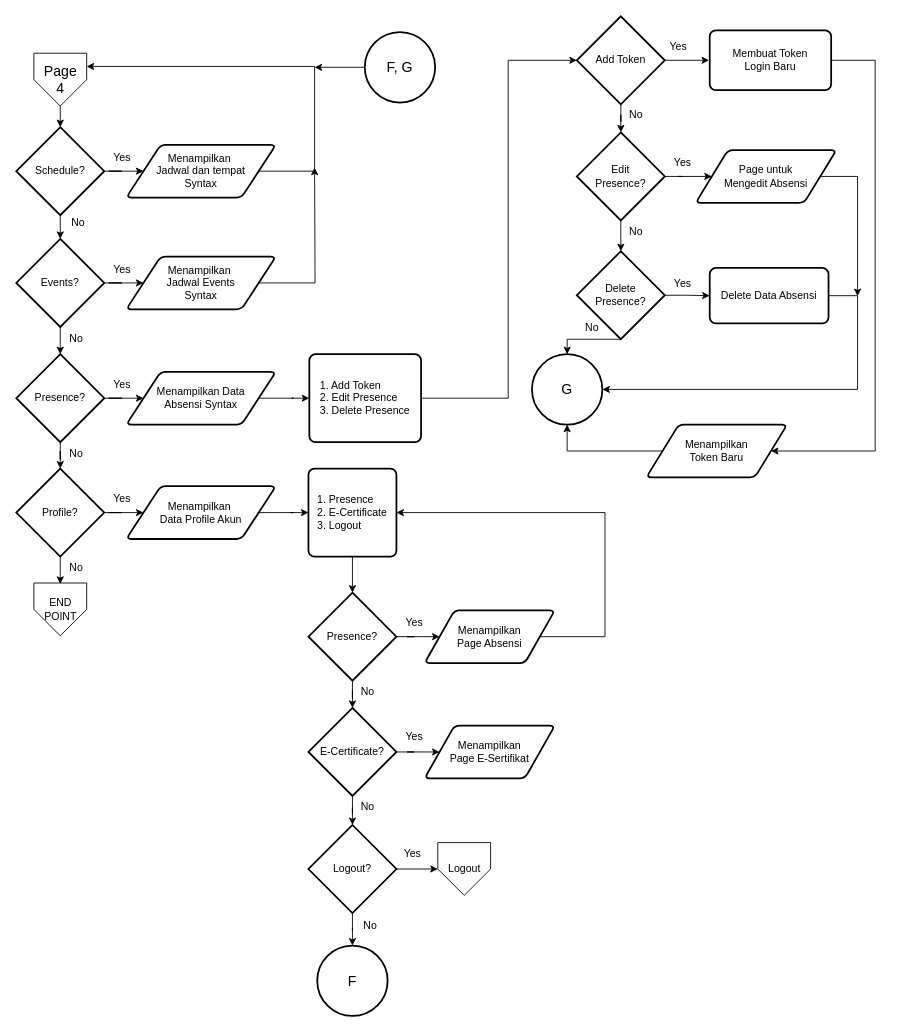
Above: PG4.drawio in dapzz-id/DrawIO (draw.io), before the change. Source tidied: cells renumbered, new cells numbered last; positions are measured from the earlier drawing's top-left corner, leaving out a move shared by most shapes. Both pictures are drawn from the tidied source at 88%, with x=0, y=0 at pixel (16, 16).
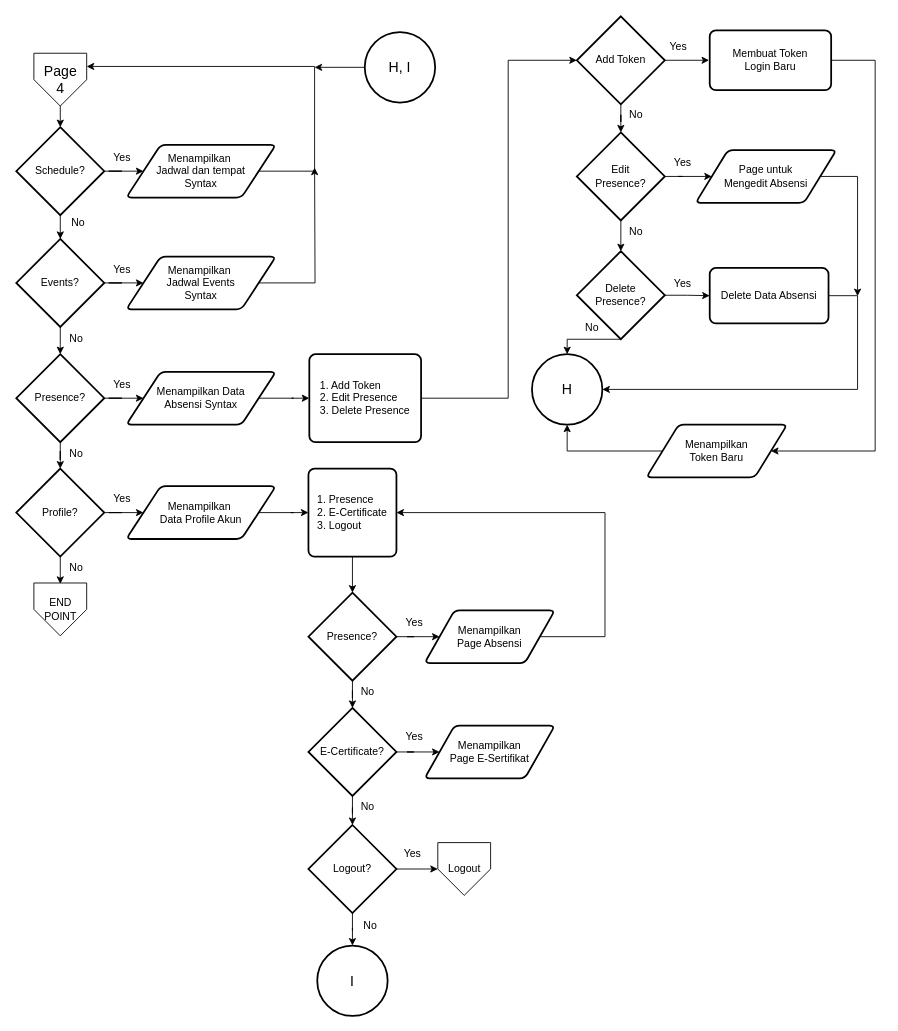
The same page after the edit.

What changed in the source:
```diff
@@
-    <mxCell id="72" value="&lt;font style=&quot;font-size: 16px;&quot;&gt;G&lt;/font&gt;" style="ellipse;whiteSpace=wrap;html=1;rounded=1;arcSize=14;strokeWidth=2;" parent="1" vertex="1">
+    <mxCell id="72" value="&lt;font style=&quot;font-size: 16px;&quot;&gt;H&lt;/font&gt;" style="ellipse;whiteSpace=wrap;html=1;rounded=1;arcSize=14;strokeWidth=2;" parent="1" vertex="1">
       <mxGeometry x="586" y="384" width="80" height="80" as="geometry" />
     </mxCell>
@@
-    <mxCell id="79" value="&lt;font style=&quot;font-size: 16px;&quot;&gt;F, G&lt;/font&gt;" style="ellipse;whiteSpace=wrap;html=1;rounded=1;arcSize=14;strokeWidth=2;" parent="1" vertex="1">
+    <mxCell id="79" value="&lt;font style=&quot;font-size: 16px;&quot;&gt;H, I&lt;/font&gt;" style="ellipse;whiteSpace=wrap;html=1;rounded=1;arcSize=14;strokeWidth=2;" parent="1" vertex="1">
       <mxGeometry x="396" y="18" width="80" height="80" as="geometry" />
     </mxCell>
-    <mxCell id="80" value="&lt;font style=&quot;font-size: 16px;&quot;&gt;F&lt;/font&gt;" style="ellipse;whiteSpace=wrap;html=1;rounded=1;arcSize=14;strokeWidth=2;" parent="1" vertex="1">
+    <mxCell id="80" value="&lt;font style=&quot;font-size: 16px;&quot;&gt;I&lt;/font&gt;" style="ellipse;whiteSpace=wrap;html=1;rounded=1;arcSize=14;strokeWidth=2;" parent="1" vertex="1">
       <mxGeometry x="342" y="1056" width="80" height="80" as="geometry" />
     </mxCell>
```
